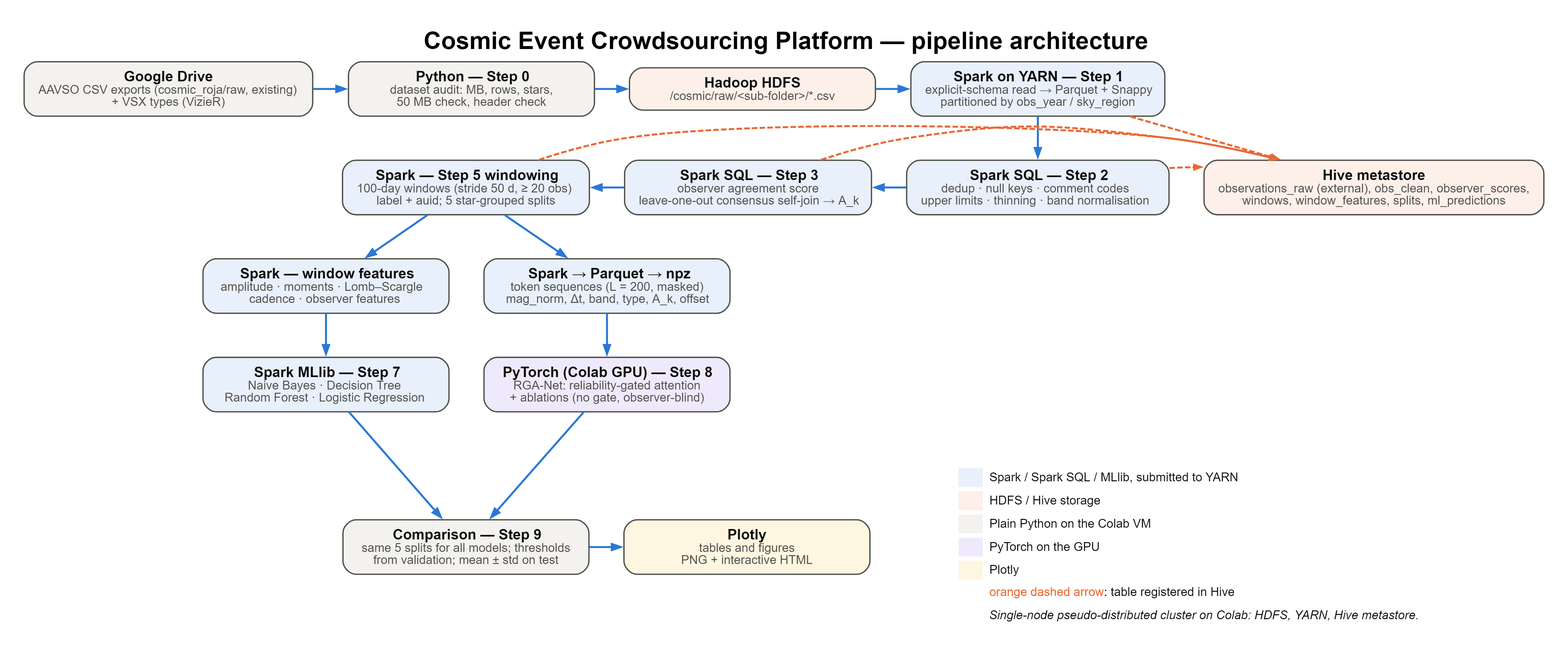
This is docs/figures/architecture.png from lowkey2556/cosmic-events, a Graphviz export, as it was before one commit. Its source is kept beside it as docs/figures/architecture.dot. Source of this version:
```dot
digraph cosmic {
  graph [rankdir=TB, newrank=true, nodesep=0.45, ranksep=0.55, bgcolor="white", pad=0.3, fontname="Helvetica",
         labelloc=t, fontsize=22, label=<<b>Cosmic Event Crowdsourcing Platform — pipeline architecture</b>>];
  node  [shape=box, style="rounded,filled", color="#52514e", penwidth=1.2, fontname="Helvetica",
         fontsize=11, fontcolor="#0b0b0b", margin="0.18,0.10", width=3.1];
  edge  [color="#2a78d6", penwidth=1.8, arrowsize=0.8];
  drive [fillcolor="#f3f2ee", label=<<b><font point-size="13">Google Drive</font></b><br/><font color="#52514e">AAVSO CSV exports (cosmic_roja/raw, existing)<br/>+ VSX types (VizieR)</font>>];
  audit [fillcolor="#f3f2ee", label=<<b><font point-size="13">Python — Step 0</font></b><br/><font color="#52514e">dataset audit: MB, rows, stars,<br/>50 MB check, header check</font>>];
  hdfs [fillcolor="#fdf0e9", label=<<b><font point-size="13">Hadoop HDFS</font></b><br/><font color="#52514e">/cosmic/raw/&lt;sub-folder&gt;/*.csv</font>>];
  ingest [fillcolor="#e8f0fb", label=<<b><font point-size="13">Spark on YARN — Step 1</font></b><br/><font color="#52514e">explicit-schema read → Parquet + Snappy<br/>partitioned by obs_year / sky_region</font>>];
  prep [fillcolor="#e8f0fb", label=<<b><font point-size="13">Spark SQL — Step 2</font></b><br/><font color="#52514e">dedup · null keys · comment codes<br/>upper limits · thinning · band normalisation</font>>];
  score [fillcolor="#e8f0fb", label=<<b><font point-size="13">Spark SQL — Step 3</font></b><br/><font color="#52514e">observer agreement score<br/>leave-one-out consensus self-join → A_k</font>>];
  win [fillcolor="#e8f0fb", label=<<b><font point-size="13">Spark — Step 5 windowing</font></b><br/><font color="#52514e">100-day windows (stride 50 d, ≥ 20 obs)<br/>label + auid; 5 star-grouped splits</font>>];
  feat [fillcolor="#e8f0fb", label=<<b><font point-size="13">Spark — window features</font></b><br/><font color="#52514e">amplitude · moments · Lomb–Scargle<br/>cadence · observer features</font>>];
  seq [fillcolor="#e8f0fb", label=<<b><font point-size="13">Spark → Parquet → npz</font></b><br/><font color="#52514e">token sequences (L = 200, masked)<br/>mag_norm, Δt, band, type, A_k, offset</font>>];
  mllib [fillcolor="#e8f0fb", label=<<b><font point-size="13">Spark MLlib — Step 7</font></b><br/><font color="#52514e">Naive Bayes · Decision Tree<br/>Random Forest · Logistic Regression</font>>];
  rga [fillcolor="#efeafb", label=<<b><font point-size="13">PyTorch (Colab GPU) — Step 8</font></b><br/><font color="#52514e">RGA-Net: reliability-gated attention<br/>+ ablations (no gate, observer-blind)</font>>];
  cmp [fillcolor="#f3f2ee", label=<<b><font point-size="13">Comparison — Step 9</font></b><br/><font color="#52514e">same 5 splits for all models; thresholds<br/>from validation; mean ± std on test</font>>];
  fig [fillcolor="#fef6e0", label=<<b><font point-size="13">Plotly</font></b><br/><font color="#52514e">tables and figures<br/>PNG + interactive HTML</font>>];
  hive [fillcolor="#fdf0e9", label=<<b><font point-size="13">Hive metastore</font></b><br/><font color="#52514e">observations_raw (external), obs_clean, observer_scores,<br/>windows, window_features, splits, ml_predictions</font>>];
  { rank=same; drive; audit; hdfs; ingest; }
  { rank=same; win; score; prep; hive; }
  { rank=same; feat; seq; }
  { rank=same; mllib; rga; }
  { rank=same; cmp; fig; legend; }
  drive -> audit;
  audit -> hdfs;
  hdfs -> ingest;
  ingest -> prep;
  score -> prep [dir=back];
  win -> score [dir=back];
  win -> feat;
  win -> seq;
  feat -> mllib;
  seq -> rga;
  mllib -> cmp;
  rga -> cmp;
  cmp -> fig;
  prep -> hive [style=invis];
  ingest -> hive [style=dashed, color="#eb6834", arrowsize=0.6, constraint=false];
  prep -> hive [style=dashed, color="#eb6834", arrowsize=0.6, constraint=false];
  score -> hive [style=dashed, color="#eb6834", arrowsize=0.6, constraint=false];
  win -> hive [style=dashed, color="#eb6834", arrowsize=0.6, constraint=false];
  legend [shape=plaintext, style="", fontsize=11, label=<<table border="0" cellspacing="4"><tr><td bgcolor="#e8f0fb" width="22"> </td><td align="left">Spark / Spark SQL / MLlib, submitted to YARN</td></tr><tr><td bgcolor="#fdf0e9" width="22"> </td><td align="left">HDFS / Hive storage</td></tr><tr><td bgcolor="#f3f2ee" width="22"> </td><td align="left">Plain Python on the Colab VM</td></tr><tr><td bgcolor="#efeafb" width="22"> </td><td align="left">PyTorch on the GPU</td></tr><tr><td bgcolor="#fef6e0" width="22"> </td><td align="left">Plotly</td></tr><tr><td></td><td align="left"><font color="#eb6834">orange dashed arrow</font>: table registered in Hive</td></tr><tr><td></td><td align="left"><i>Single-node pseudo-distributed cluster on Colab: HDFS, YARN, Hive metastore.</i></td></tr></table>>];
  fig -> legend [style=invis, minlen=2];
}
```
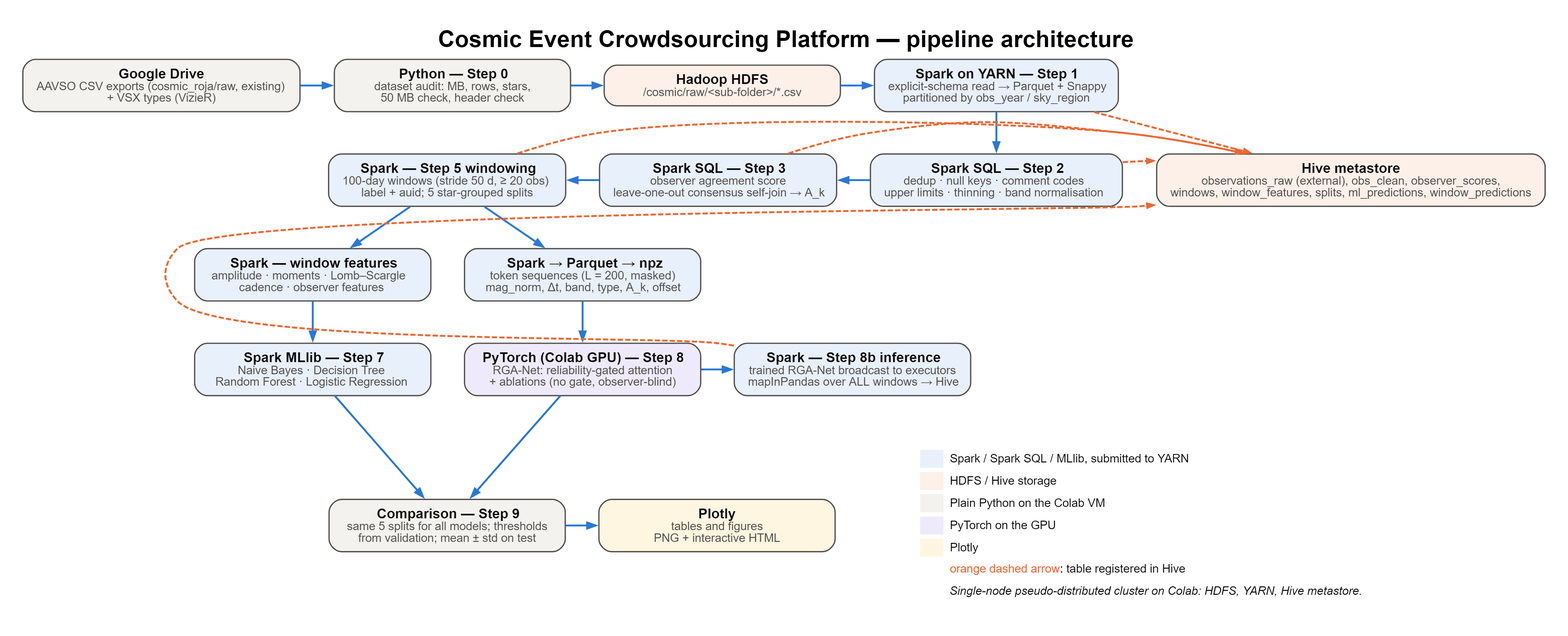
The same file after the commit.

The edit, as a diff of the source:
```diff
@@ -15,13 +15,14 @@
   seq [fillcolor="#e8f0fb", label=<<b><font point-size="13">Spark → Parquet → npz</font></b><br/><font color="#52514e">token sequences (L = 200, masked)<br/>mag_norm, Δt, band, type, A_k, offset</font>>];
   mllib [fillcolor="#e8f0fb", label=<<b><font point-size="13">Spark MLlib — Step 7</font></b><br/><font color="#52514e">Naive Bayes · Decision Tree<br/>Random Forest · Logistic Regression</font>>];
   rga [fillcolor="#efeafb", label=<<b><font point-size="13">PyTorch (Colab GPU) — Step 8</font></b><br/><font color="#52514e">RGA-Net: reliability-gated attention<br/>+ ablations (no gate, observer-blind)</font>>];
+  inf [fillcolor="#e8f0fb", label=<<b><font point-size="13">Spark — Step 8b inference</font></b><br/><font color="#52514e">trained RGA-Net broadcast to executors<br/>mapInPandas over ALL windows → Hive</font>>];
   cmp [fillcolor="#f3f2ee", label=<<b><font point-size="13">Comparison — Step 9</font></b><br/><font color="#52514e">same 5 splits for all models; thresholds<br/>from validation; mean ± std on test</font>>];
   fig [fillcolor="#fef6e0", label=<<b><font point-size="13">Plotly</font></b><br/><font color="#52514e">tables and figures<br/>PNG + interactive HTML</font>>];
-  hive [fillcolor="#fdf0e9", label=<<b><font point-size="13">Hive metastore</font></b><br/><font color="#52514e">observations_raw (external), obs_clean, observer_scores,<br/>windows, window_features, splits, ml_predictions</font>>];
+  hive [fillcolor="#fdf0e9", label=<<b><font point-size="13">Hive metastore</font></b><br/><font color="#52514e">observations_raw (external), obs_clean, observer_scores,<br/>windows, window_features, splits, ml_predictions, window_predictions</font>>];
   { rank=same; drive; audit; hdfs; ingest; }
   { rank=same; win; score; prep; hive; }
   { rank=same; feat; seq; }
-  { rank=same; mllib; rga; }
+  { rank=same; mllib; rga; inf; }
   { rank=same; cmp; fig; legend; }
   drive -> audit;
   audit -> hdfs;
@@ -35,12 +36,14 @@
   seq -> rga;
   mllib -> cmp;
   rga -> cmp;
+  rga -> inf;
   cmp -> fig;
   prep -> hive [style=invis];
   ingest -> hive [style=dashed, color="#eb6834", arrowsize=0.6, constraint=false];
   prep -> hive [style=dashed, color="#eb6834", arrowsize=0.6, constraint=false];
   score -> hive [style=dashed, color="#eb6834", arrowsize=0.6, constraint=false];
   win -> hive [style=dashed, color="#eb6834", arrowsize=0.6, constraint=false];
+  inf -> hive [style=dashed, color="#eb6834", arrowsize=0.6, constraint=false];
   legend [shape=plaintext, style="", fontsize=11, label=<<table border="0" cellspacing="4"><tr><td bgcolor="#e8f0fb" width="22"> </td><td align="left">Spark / Spark SQL / MLlib, submitted to YARN</td></tr><tr><td bgcolor="#fdf0e9" width="22"> </td><td align="left">HDFS / Hive storage</td></tr><tr><td bgcolor="#f3f2ee" width="22"> </td><td align="left">Plain Python on the Colab VM</td></tr><tr><td bgcolor="#efeafb" width="22"> </td><td align="left">PyTorch on the GPU</td></tr><tr><td bgcolor="#fef6e0" width="22"> </td><td align="left">Plotly</td></tr><tr><td></td><td align="left"><font color="#eb6834">orange dashed arrow</font>: table registered in Hive</td></tr><tr><td></td><td align="left"><i>Single-node pseudo-distributed cluster on Colab: HDFS, YARN, Hive metastore.</i></td></tr></table>>];
   fig -> legend [style=invis, minlen=2];
 }
```
